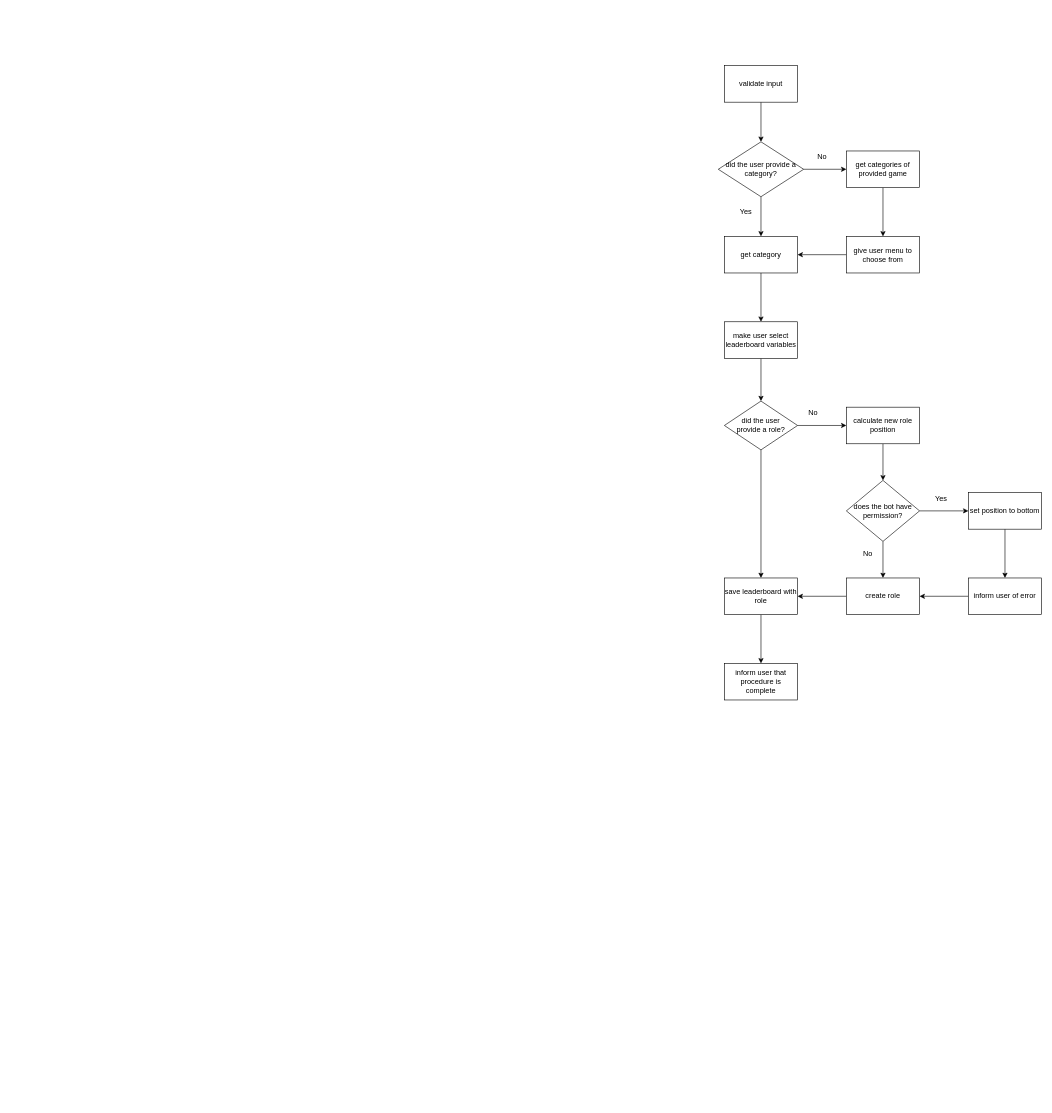
This is src/discord/commands/leaderboard/leaderboard.add.drawio from mitchell-merry/src-wrs-bot-v2, a draw.io file, before an edit. Source tidied: cells renumbered, new cells numbered last; positions are measured from the earlier drawing's top-left corner, leaving out a move shared by most shapes. Both pictures are drawn from the tidied source at 61%, with x=0, y=0 at pixel (718, 65).
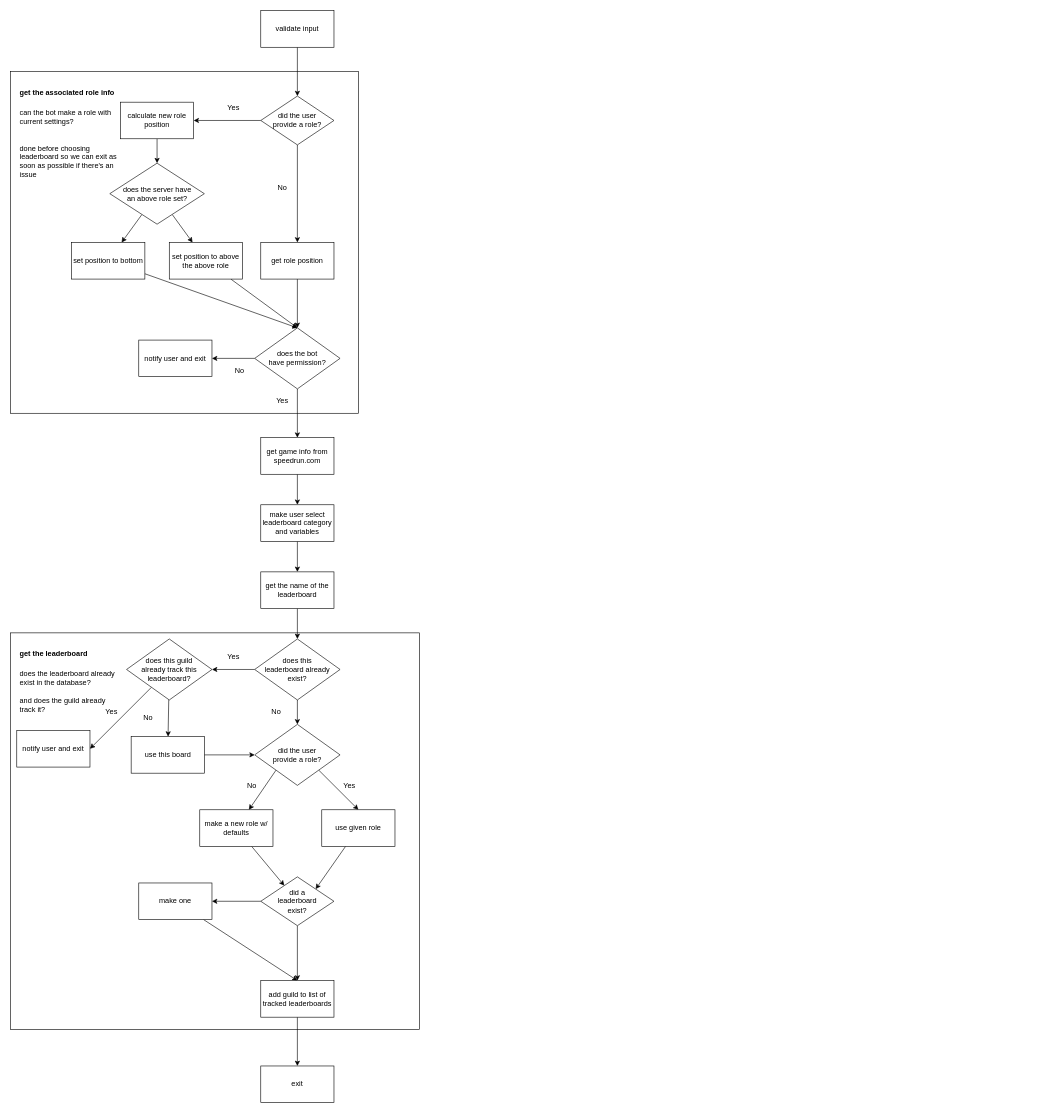
Above is the later version.

Commit message:
Update flowchart diagram.

The edit, as a diff of the source:
```diff
@@
-    <mxCell id="2" style="edgeStyle=none;html=1;" parent="1" edge="1" source="3" target="14">
-      <mxGeometry relative="1" as="geometry" />
-    </mxCell>
+    <mxCell id="37" style="rounded=0;whiteSpace=wrap;html=1;fontSize=12;" parent="1" vertex="1">
+      <mxGeometry x="-1160" y="930" width="670" height="650" as="geometry" />
+    </mxCell>
+    <mxCell id="38" style="rounded=0;whiteSpace=wrap;html=1;align=left;" parent="1" vertex="1">
+      <mxGeometry x="-1160" y="10" width="570" height="560" as="geometry" />
+    </mxCell>
+    <mxCell id="39" style="edgeStyle=none;html=1;" parent="1" edge="1" source="3" target="19">
+      <mxGeometry relative="1" as="geometry" />
+    </mxCell>
     <mxCell id="3" value="validate input" style="whiteSpace=wrap;html=1;" parent="1" vertex="1">
-      <mxGeometry x="10" width="120" height="60" as="geometry" />
+      <mxGeometry x="-750" y="-90" width="120" height="60" as="geometry" />
     </mxCell>
-    <mxCell id="4" style="edgeStyle=none;html=1;exitX=1;exitY=0.5;exitDx=0;exitDy=0;" parent="1" edge="1" source="14" target="7">
-      <mxGeometry relative="1" as="geometry" />
-    </mxCell>
-    <mxCell id="5" style="edgeStyle=none;html=1;exitX=0.5;exitY=1;exitDx=0;exitDy=0;" parent="1" edge="1" source="14" target="12">
-      <mxGeometry relative="1" as="geometry" />
-    </mxCell>
-    <mxCell id="6" style="edgeStyle=none;html=1;" parent="1" edge="1" source="7" target="10">
-      <mxGeometry relative="1" as="geometry" />
-    </mxCell>
-    <mxCell id="7" value="get categories of provided game" style="whiteSpace=wrap;html=1;" parent="1" vertex="1">
-      <mxGeometry x="210" y="140" width="120" height="60" as="geometry" />
-    </mxCell>
-    <mxCell id="8" value="No" style="text;html=1;align=center;verticalAlign=middle;fillColor=none;strokeColor=none;rounded=0;" parent="1" vertex="1">
-      <mxGeometry x="155" y="140" width="30" height="20" as="geometry" />
-    </mxCell>
-    <mxCell id="9" style="edgeStyle=none;html=1;" parent="1" edge="1" source="10" target="12">
-      <mxGeometry relative="1" as="geometry" />
-    </mxCell>
-    <mxCell id="10" value="give user menu to choose from" style="whiteSpace=wrap;html=1;" parent="1" vertex="1">
-      <mxGeometry x="210" y="280" width="120" height="60" as="geometry" />
-    </mxCell>
-    <mxCell id="11" style="edgeStyle=none;html=1;" parent="1" edge="1" source="12" target="16">
-      <mxGeometry relative="1" as="geometry" />
-    </mxCell>
-    <mxCell id="12" value="get category" style="whiteSpace=wrap;html=1;" parent="1" vertex="1">
-      <mxGeometry x="10" y="280" width="120" height="60" as="geometry" />
-    </mxCell>
-    <mxCell id="13" value="Yes" style="text;html=1;align=center;verticalAlign=middle;fillColor=none;strokeColor=none;rounded=0;" parent="1" vertex="1">
-      <mxGeometry x="30" y="230" width="30" height="20" as="geometry" />
-    </mxCell>
-    <mxCell id="14" value="&lt;span&gt;did the user provide a category?&lt;/span&gt;" style="rhombus;whiteSpace=wrap;html=1;" parent="1" vertex="1">
-      <mxGeometry y="125" width="140" height="90" as="geometry" />
-    </mxCell>
-    <mxCell id="15" style="edgeStyle=none;html=1;" parent="1" edge="1" source="16" target="19">
-      <mxGeometry relative="1" as="geometry" />
-    </mxCell>
+    <mxCell id="40" style="edgeStyle=none;html=1;fontSize=12;" parent="1" edge="1" source="16" target="62">
+      <mxGeometry relative="1" as="geometry" />
+    </mxCell>
-    <mxCell id="16" value="make user select leaderboard variables" style="whiteSpace=wrap;html=1;" parent="1" vertex="1">
-      <mxGeometry x="10" y="420" width="120" height="60" as="geometry" />
+    <mxCell id="16" value="make user select leaderboard category and variables" style="whiteSpace=wrap;html=1;" parent="1" vertex="1">
+      <mxGeometry x="-750" y="720" width="120" height="60" as="geometry" />
     </mxCell>
-    <mxCell id="17" style="edgeStyle=none;html=1;" parent="1" edge="1" source="19" target="21">
+    <mxCell id="17" style="edgeStyle=none;html=1;entryX=1;entryY=0.5;entryDx=0;entryDy=0;" parent="1" edge="1" source="19" target="21">
       <mxGeometry relative="1" as="geometry" />
     </mxCell>
-    <mxCell id="18" style="edgeStyle=none;html=1;" parent="1" edge="1" source="19" target="35">
-      <mxGeometry relative="1" as="geometry" />
-    </mxCell>
+    <mxCell id="41" style="edgeStyle=none;html=1;entryX=0.5;entryY=0;entryDx=0;entryDy=0;" parent="1" edge="1" source="19" target="49">
+      <mxGeometry relative="1" as="geometry" />
+    </mxCell>
     <mxCell id="19" value="did the user&lt;br&gt;provide a role?" style="rhombus;whiteSpace=wrap;html=1;" parent="1" vertex="1">
-      <mxGeometry x="10" y="550" width="120" height="80" as="geometry" />
+      <mxGeometry x="-750" y="50" width="120" height="80" as="geometry" />
     </mxCell>
-    <mxCell id="20" style="edgeStyle=none;html=1;" parent="1" edge="1" source="21" target="24">
-      <mxGeometry relative="1" as="geometry" />
-    </mxCell>
+    <mxCell id="42" style="edgeStyle=none;html=1;entryX=0.5;entryY=0;entryDx=0;entryDy=0;" parent="1" edge="1" source="21" target="52">
+      <mxGeometry relative="1" as="geometry" />
+    </mxCell>
     <mxCell id="21" value="calculate new role&lt;br&gt;position" style="whiteSpace=wrap;html=1;" parent="1" vertex="1">
-      <mxGeometry x="210" y="560" width="120" height="60" as="geometry" />
+      <mxGeometry x="-980" y="60" width="120" height="60" as="geometry" />
     </mxCell>
-    <mxCell id="22" style="edgeStyle=none;html=1;" parent="1" edge="1" source="24" target="26">
-      <mxGeometry relative="1" as="geometry" />
-    </mxCell>
-    <mxCell id="23" style="edgeStyle=none;html=1;" parent="1" edge="1" source="24" target="32">
-      <mxGeometry relative="1" as="geometry" />
-    </mxCell>
+    <mxCell id="43" value="Yes" style="text;html=1;align=center;verticalAlign=middle;fillColor=none;strokeColor=none;rounded=0;" parent="1" vertex="1">
+      <mxGeometry x="-810" y="60" width="30" height="20" as="geometry" />
+    </mxCell>
+    <mxCell id="44" style="edgeStyle=none;html=1;" parent="1" edge="1" source="24" target="56">
+      <mxGeometry relative="1" as="geometry" />
+    </mxCell>
+    <mxCell id="45" style="edgeStyle=none;html=1;" parent="1" edge="1" source="24" target="59">
+      <mxGeometry relative="1" as="geometry" />
+    </mxCell>
-    <mxCell id="24" value="does the bot have permission?" style="rhombus;whiteSpace=wrap;html=1;" parent="1" vertex="1">
-      <mxGeometry x="210" y="680" width="120" height="100" as="geometry" />
+    <mxCell id="24" value="does the bot&lt;br&gt;have permission?" style="rhombus;whiteSpace=wrap;html=1;" parent="1" vertex="1">
+      <mxGeometry x="-760" y="430" width="140" height="100" as="geometry" />
     </mxCell>
-    <mxCell id="25" style="edgeStyle=none;html=1;" parent="1" edge="1" source="26" target="30">
-      <mxGeometry relative="1" as="geometry" />
-    </mxCell>
+    <mxCell id="46" value="No" style="text;html=1;align=center;verticalAlign=middle;fillColor=none;strokeColor=none;rounded=0;" parent="1" vertex="1">
+      <mxGeometry x="-730" y="190" width="30" height="20" as="geometry" />
+    </mxCell>
+    <mxCell id="47" value="Yes" style="text;html=1;align=center;verticalAlign=middle;fillColor=none;strokeColor=none;rounded=0;" parent="1" vertex="1">
+      <mxGeometry x="-730" y="540" width="30" height="20" as="geometry" />
+    </mxCell>
+    <mxCell id="48" style="edgeStyle=none;html=1;" parent="1" edge="1" source="49" target="24">
+      <mxGeometry relative="1" as="geometry" />
+    </mxCell>
+    <mxCell id="49" value="get role position" style="whiteSpace=wrap;html=1;" parent="1" vertex="1">
+      <mxGeometry x="-750" y="290" width="120" height="60" as="geometry" />
+    </mxCell>
+    <mxCell id="50" style="edgeStyle=none;html=1;" parent="1" edge="1" source="52" target="26">
+      <mxGeometry relative="1" as="geometry" />
+    </mxCell>
+    <mxCell id="51" style="edgeStyle=none;html=1;" parent="1" edge="1" source="52" target="55">
+      <mxGeometry relative="1" as="geometry" />
+    </mxCell>
+    <mxCell id="52" value="does the server have &lt;br&gt;an above role set?" style="rhombus;whiteSpace=wrap;html=1;" parent="1" vertex="1">
+      <mxGeometry x="-997.5" y="160" width="155" height="100" as="geometry" />
+    </mxCell>
+    <mxCell id="53" style="edgeStyle=none;html=1;entryX=0.5;entryY=0;entryDx=0;entryDy=0;" parent="1" edge="1" source="26" target="24">
+      <mxGeometry relative="1" as="geometry" />
+    </mxCell>
     <mxCell id="26" value="set position to bottom" style="whiteSpace=wrap;html=1;" parent="1" vertex="1">
-      <mxGeometry x="410" y="700" width="120" height="60" as="geometry" />
+      <mxGeometry x="-1060" y="290" width="120" height="60" as="geometry" />
     </mxCell>
-    <mxCell id="27" value="No" style="text;html=1;align=center;verticalAlign=middle;fillColor=none;strokeColor=none;rounded=0;" parent="1" vertex="1">
-      <mxGeometry x="140" y="560" width="30" height="20" as="geometry" />
-    </mxCell>
-    <mxCell id="28" value="Yes" style="text;html=1;align=center;verticalAlign=middle;fillColor=none;strokeColor=none;rounded=0;" parent="1" vertex="1">
-      <mxGeometry x="350" y="700" width="30" height="20" as="geometry" />
-    </mxCell>
-    <mxCell id="29" style="edgeStyle=none;html=1;" parent="1" edge="1" source="30" target="32">
-      <mxGeometry relative="1" as="geometry" />
-    </mxCell>
-    <mxCell id="30" value="inform user of error" style="whiteSpace=wrap;html=1;" parent="1" vertex="1">
-      <mxGeometry x="410" y="840" width="120" height="60" as="geometry" />
-    </mxCell>
-    <mxCell id="31" style="edgeStyle=none;html=1;" parent="1" edge="1" source="32" target="35">
-      <mxGeometry relative="1" as="geometry" />
-    </mxCell>
-    <mxCell id="32" value="create role" style="whiteSpace=wrap;html=1;" parent="1" vertex="1">
-      <mxGeometry x="210" y="840" width="120" height="60" as="geometry" />
-    </mxCell>
-    <mxCell id="33" value="No" style="text;html=1;align=center;verticalAlign=middle;fillColor=none;strokeColor=none;rounded=0;" parent="1" vertex="1">
-      <mxGeometry x="230" y="790" width="30" height="20" as="geometry" />
-    </mxCell>
-    <mxCell id="34" style="edgeStyle=none;html=1;" parent="1" edge="1" source="35" target="36">
-      <mxGeometry relative="1" as="geometry" />
-    </mxCell>
-    <mxCell id="35" value="save leaderboard with role" style="whiteSpace=wrap;html=1;" parent="1" vertex="1">
-      <mxGeometry x="10" y="840" width="120" height="60" as="geometry" />
-    </mxCell>
-    <mxCell id="36" value="inform user that procedure is complete" style="whiteSpace=wrap;html=1;" parent="1" vertex="1">
-      <mxGeometry x="10" y="980" width="120" height="60" as="geometry" />
-    </mxCell>
+    <mxCell id="54" style="edgeStyle=none;html=1;" parent="1" edge="1" source="55">
+      <mxGeometry relative="1" as="geometry">
+        <mxPoint x="-690" y="430" as="targetPoint" />
+      </mxGeometry>
+    </mxCell>
+    <mxCell id="55" value="set position to above the above role" style="whiteSpace=wrap;html=1;" parent="1" vertex="1">
+      <mxGeometry x="-900" y="290" width="120" height="60" as="geometry" />
+    </mxCell>
+    <mxCell id="56" value="notify user and exit" style="whiteSpace=wrap;html=1;" parent="1" vertex="1">
+      <mxGeometry x="-950" y="450" width="120" height="60" as="geometry" />
+    </mxCell>
+    <mxCell id="57" value="No" style="text;html=1;align=center;verticalAlign=middle;fillColor=none;strokeColor=none;rounded=0;" parent="1" vertex="1">
+      <mxGeometry x="-800" y="490" width="30" height="20" as="geometry" />
+    </mxCell>
+    <mxCell id="58" style="edgeStyle=none;html=1;" parent="1" edge="1" source="59" target="16">
+      <mxGeometry relative="1" as="geometry" />
+    </mxCell>
+    <mxCell id="59" value="get game info from speedrun.com" style="whiteSpace=wrap;html=1;" parent="1" vertex="1">
+      <mxGeometry x="-750" y="610" width="120" height="60" as="geometry" />
+    </mxCell>
+    <mxCell id="60" value="&lt;h1&gt;&lt;font style=&quot;font-size: 12px&quot;&gt;get the associated role info&lt;/font&gt;&lt;/h1&gt;&lt;div&gt;can the bot make a role with current settings?&lt;/div&gt;&lt;div&gt;&lt;br&gt;&lt;/div&gt;&lt;div&gt;&lt;br&gt;&lt;/div&gt;&lt;div&gt;done before choosing leaderboard so we can exit as soon as possible if there's an issue&lt;/div&gt;" style="text;html=1;strokeColor=none;fillColor=none;spacing=5;spacingTop=-20;whiteSpace=wrap;overflow=hidden;rounded=0;" parent="1" vertex="1">
+      <mxGeometry x="-1150" y="20" width="180" height="190" as="geometry" />
+    </mxCell>
+    <mxCell id="61" style="edgeStyle=none;html=1;fontSize=12;entryX=0.5;entryY=0;entryDx=0;entryDy=0;" parent="1" edge="1" source="62" target="65">
+      <mxGeometry relative="1" as="geometry" />
+    </mxCell>
+    <mxCell id="62" value="get the name of the leaderboard" style="whiteSpace=wrap;html=1;" parent="1" vertex="1">
+      <mxGeometry x="-750" y="830" width="120" height="60" as="geometry" />
+    </mxCell>
+    <mxCell id="63" style="edgeStyle=none;html=1;fontSize=12;" parent="1" edge="1" source="65" target="68">
+      <mxGeometry relative="1" as="geometry" />
+    </mxCell>
+    <mxCell id="64" style="edgeStyle=none;html=1;fontSize=12;" parent="1" edge="1" source="65" target="77">
+      <mxGeometry relative="1" as="geometry" />
+    </mxCell>
+    <mxCell id="65" value="does this &lt;br&gt;leaderboard already exist?" style="rhombus;whiteSpace=wrap;html=1;" parent="1" vertex="1">
+      <mxGeometry x="-760" y="940" width="140" height="100" as="geometry" />
+    </mxCell>
+    <mxCell id="66" style="edgeStyle=none;html=1;fontSize=12;entryX=1;entryY=0.5;entryDx=0;entryDy=0;" parent="1" edge="1" source="68" target="70">
+      <mxGeometry relative="1" as="geometry" />
+    </mxCell>
+    <mxCell id="67" style="edgeStyle=none;html=1;fontSize=12;" parent="1" edge="1" source="68" target="73">
+      <mxGeometry relative="1" as="geometry" />
+    </mxCell>
+    <mxCell id="68" value="does this guild &lt;br&gt;already track this leaderboard?" style="rhombus;whiteSpace=wrap;html=1;" parent="1" vertex="1">
+      <mxGeometry x="-970" y="940" width="140" height="100" as="geometry" />
+    </mxCell>
+    <mxCell id="69" value="Yes" style="text;html=1;align=center;verticalAlign=middle;fillColor=none;strokeColor=none;rounded=0;" parent="1" vertex="1">
+      <mxGeometry x="-810" y="960" width="30" height="20" as="geometry" />
+    </mxCell>
+    <mxCell id="70" value="notify user and exit" style="whiteSpace=wrap;html=1;" parent="1" vertex="1">
+      <mxGeometry x="-1150" y="1090" width="120" height="60" as="geometry" />
+    </mxCell>
+    <mxCell id="71" value="Yes" style="text;html=1;align=center;verticalAlign=middle;fillColor=none;strokeColor=none;rounded=0;" parent="1" vertex="1">
+      <mxGeometry x="-1010" y="1050" width="30" height="20" as="geometry" />
+    </mxCell>
+    <mxCell id="72" style="edgeStyle=none;html=1;fontSize=12;" parent="1" edge="1" source="73" target="77">
+      <mxGeometry relative="1" as="geometry" />
+    </mxCell>
+    <mxCell id="73" value="use this board" style="whiteSpace=wrap;html=1;" parent="1" vertex="1">
+      <mxGeometry x="-962.5" y="1100" width="120" height="60" as="geometry" />
+    </mxCell>
+    <mxCell id="74" value="No" style="text;html=1;align=center;verticalAlign=middle;fillColor=none;strokeColor=none;rounded=0;" parent="1" vertex="1">
+      <mxGeometry x="-950" y="1060" width="30" height="20" as="geometry" />
+    </mxCell>
+    <mxCell id="75" style="edgeStyle=none;html=1;fontSize=12;exitX=0;exitY=1;exitDx=0;exitDy=0;" parent="1" edge="1" source="77" target="80">
+      <mxGeometry relative="1" as="geometry" />
+    </mxCell>
+    <mxCell id="76" style="edgeStyle=none;html=1;fontSize=12;entryX=0.5;entryY=0;entryDx=0;entryDy=0;exitX=1;exitY=1;exitDx=0;exitDy=0;" parent="1" edge="1" source="77" target="83">
+      <mxGeometry relative="1" as="geometry" />
+    </mxCell>
+    <mxCell id="77" value="did the user&lt;br&gt;provide a role?" style="rhombus;whiteSpace=wrap;html=1;" parent="1" vertex="1">
+      <mxGeometry x="-760" y="1080" width="140" height="100" as="geometry" />
+    </mxCell>
+    <mxCell id="78" value="No" style="text;html=1;align=center;verticalAlign=middle;fillColor=none;strokeColor=none;rounded=0;" parent="1" vertex="1">
+      <mxGeometry x="-740" y="1050" width="30" height="20" as="geometry" />
+    </mxCell>
+    <mxCell id="79" style="edgeStyle=none;html=1;fontSize=12;" parent="1" edge="1" source="80" target="87">
+      <mxGeometry relative="1" as="geometry" />
+    </mxCell>
+    <mxCell id="80" value="make a new role w/ defaults" style="whiteSpace=wrap;html=1;" parent="1" vertex="1">
+      <mxGeometry x="-850" y="1220" width="120" height="60" as="geometry" />
+    </mxCell>
+    <mxCell id="81" value="No" style="text;html=1;align=center;verticalAlign=middle;fillColor=none;strokeColor=none;rounded=0;" parent="1" vertex="1">
+      <mxGeometry x="-780" y="1170" width="30" height="20" as="geometry" />
+    </mxCell>
+    <mxCell id="82" style="edgeStyle=none;html=1;entryX=1;entryY=0;entryDx=0;entryDy=0;fontSize=12;" parent="1" edge="1" source="83" target="87">
+      <mxGeometry relative="1" as="geometry" />
+    </mxCell>
+    <mxCell id="83" value="use given role" style="whiteSpace=wrap;html=1;" parent="1" vertex="1">
+      <mxGeometry x="-650" y="1220" width="120" height="60" as="geometry" />
+    </mxCell>
+    <mxCell id="84" value="Yes" style="text;html=1;align=center;verticalAlign=middle;fillColor=none;strokeColor=none;rounded=0;" parent="1" vertex="1">
+      <mxGeometry x="-625" y="1170" width="40" height="20" as="geometry" />
+    </mxCell>
+    <mxCell id="85" style="edgeStyle=none;html=1;fontSize=12;" parent="1" edge="1" source="87" target="89">
+      <mxGeometry relative="1" as="geometry" />
+    </mxCell>
+    <mxCell id="86" style="edgeStyle=none;html=1;entryX=0.5;entryY=0;entryDx=0;entryDy=0;fontSize=12;" parent="1" edge="1" source="87" target="91">
+      <mxGeometry relative="1" as="geometry" />
+    </mxCell>
+    <mxCell id="87" value="did a&lt;br&gt;leaderboard&lt;br&gt;exist?" style="rhombus;whiteSpace=wrap;html=1;" parent="1" vertex="1">
+      <mxGeometry x="-750" y="1330" width="120" height="80" as="geometry" />
+    </mxCell>
+    <mxCell id="88" style="edgeStyle=none;html=1;fontSize=12;entryX=0.5;entryY=0;entryDx=0;entryDy=0;" parent="1" edge="1" source="89" target="91">
+      <mxGeometry relative="1" as="geometry" />
+    </mxCell>
+    <mxCell id="89" value="make one" style="whiteSpace=wrap;html=1;" parent="1" vertex="1">
+      <mxGeometry x="-950" y="1340" width="120" height="60" as="geometry" />
+    </mxCell>
+    <mxCell id="90" style="edgeStyle=none;html=1;fontSize=12;" parent="1" edge="1" source="91" target="92">
+      <mxGeometry relative="1" as="geometry" />
+    </mxCell>
+    <mxCell id="91" value="add guild to list of tracked leaderboards" style="whiteSpace=wrap;html=1;" parent="1" vertex="1">
+      <mxGeometry x="-750" y="1500" width="120" height="60" as="geometry" />
+    </mxCell>
+    <mxCell id="92" value="exit" style="whiteSpace=wrap;html=1;" parent="1" vertex="1">
+      <mxGeometry x="-750" y="1640" width="120" height="60" as="geometry" />
+    </mxCell>
+    <mxCell id="93" value="&lt;h1&gt;&lt;span style=&quot;font-size: 12px&quot;&gt;get the leaderboard&lt;/span&gt;&lt;/h1&gt;&lt;div&gt;does the leaderboard already exist in the database?&lt;br&gt;&lt;/div&gt;&lt;div&gt;&lt;br&gt;&lt;/div&gt;&lt;div&gt;and does the guild already&amp;nbsp;&lt;/div&gt;&lt;div&gt;track it?&lt;/div&gt;" style="text;html=1;strokeColor=none;fillColor=none;spacing=5;spacingTop=-20;whiteSpace=wrap;overflow=hidden;rounded=0;" parent="1" vertex="1">
+      <mxGeometry x="-1150" y="940" width="180" height="190" as="geometry" />
+    </mxCell>
```
